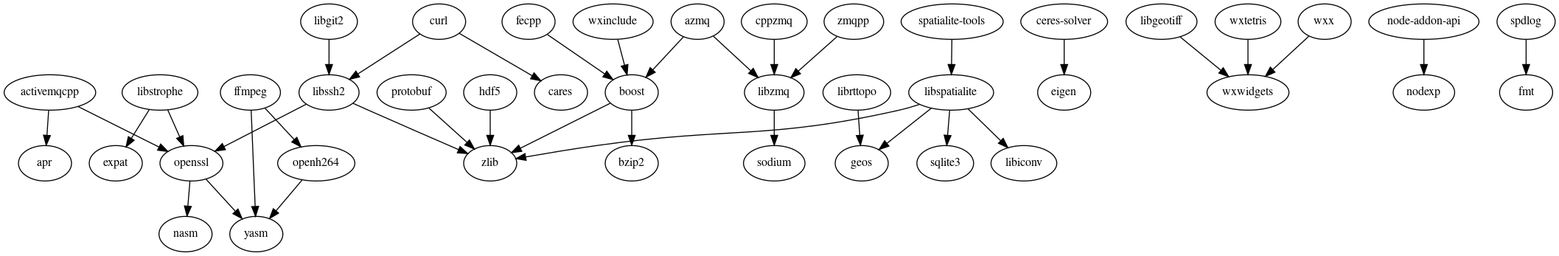
Before: cmake/deps.png, a diagram exported from Graphviz (externpro/externpro). Its source is kept beside it as cmake/deps.dot.
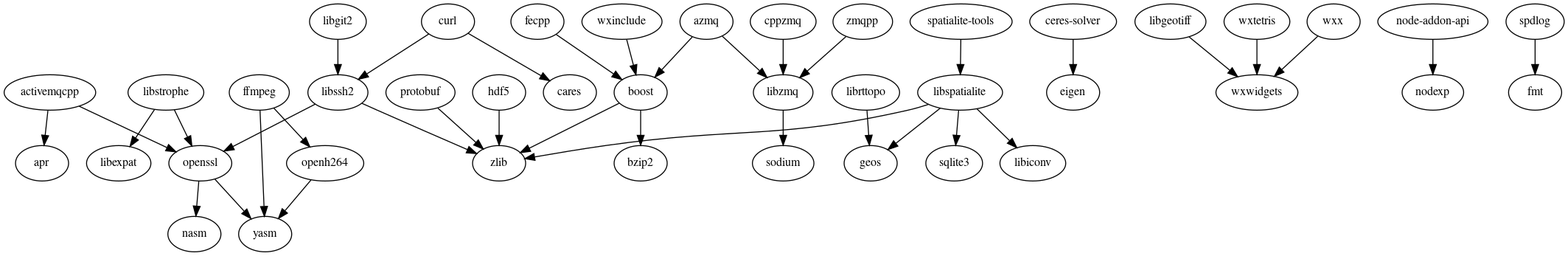
The same diagram one commit later.

Commit message:
pros: libstrophe v0.9.1.3 from github/externpro

Change to the diagram source:
```diff
@@ -23,7 +23,7 @@
   "libspatialite" -> "zlib";
   "libssh2" -> "openssl";
   "libssh2" -> "zlib";
-  "libstrophe" -> "expat";
+  "libstrophe" -> "libexpat";
   "libstrophe" -> "openssl";
   "libzmq" -> "sodium";
   "node-addon-api" -> "nodexp";
```
